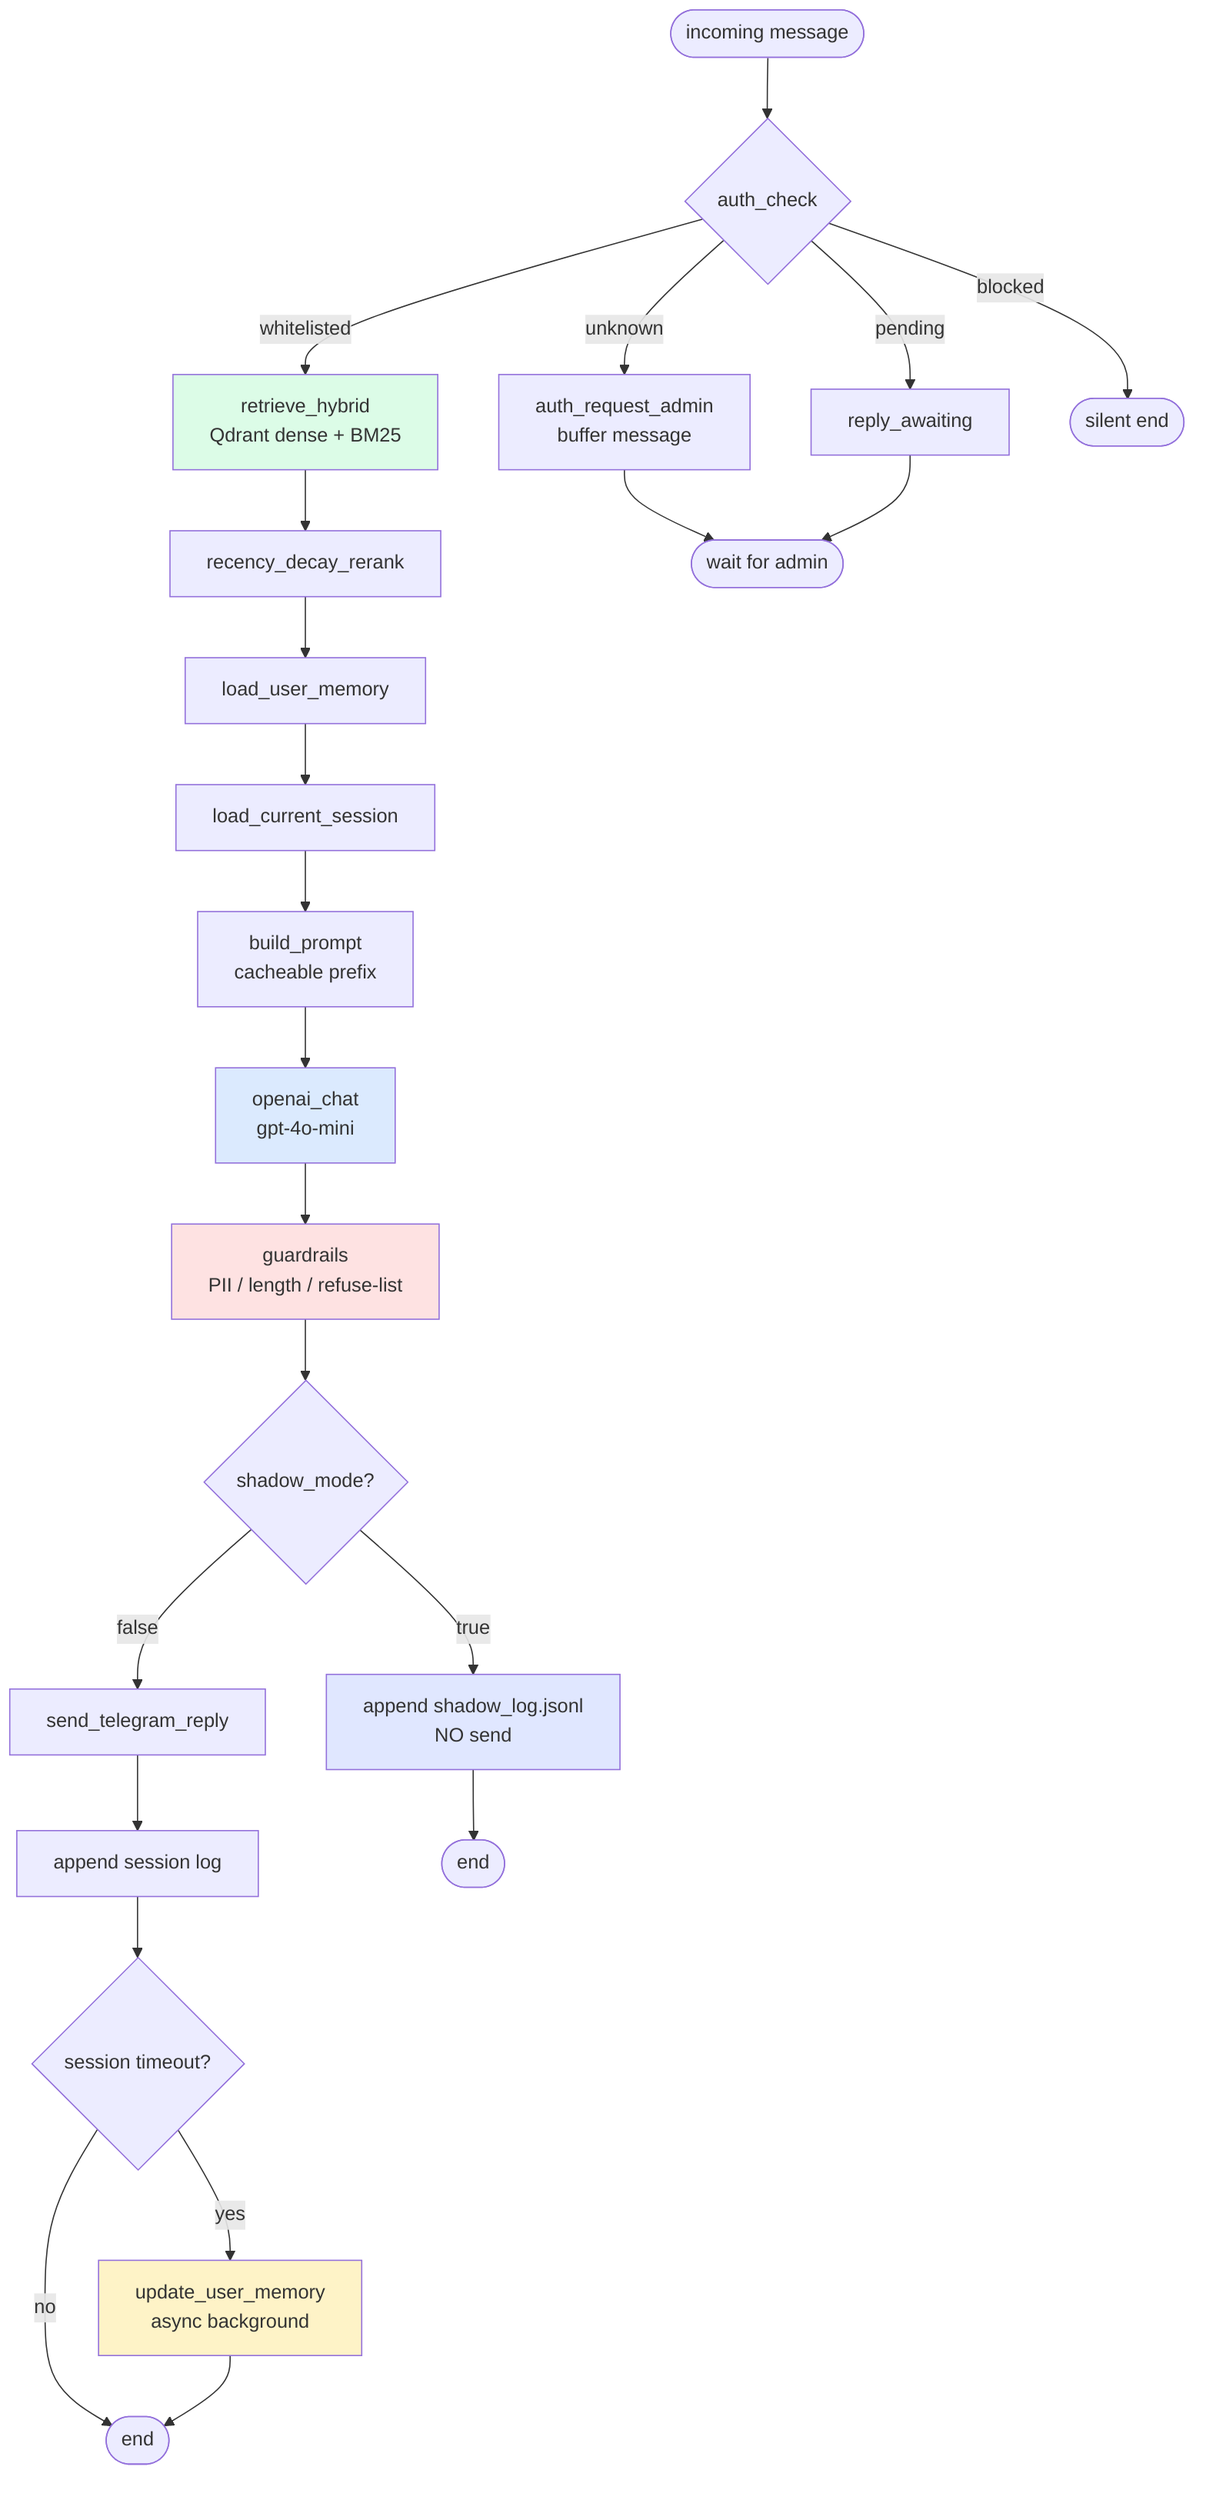
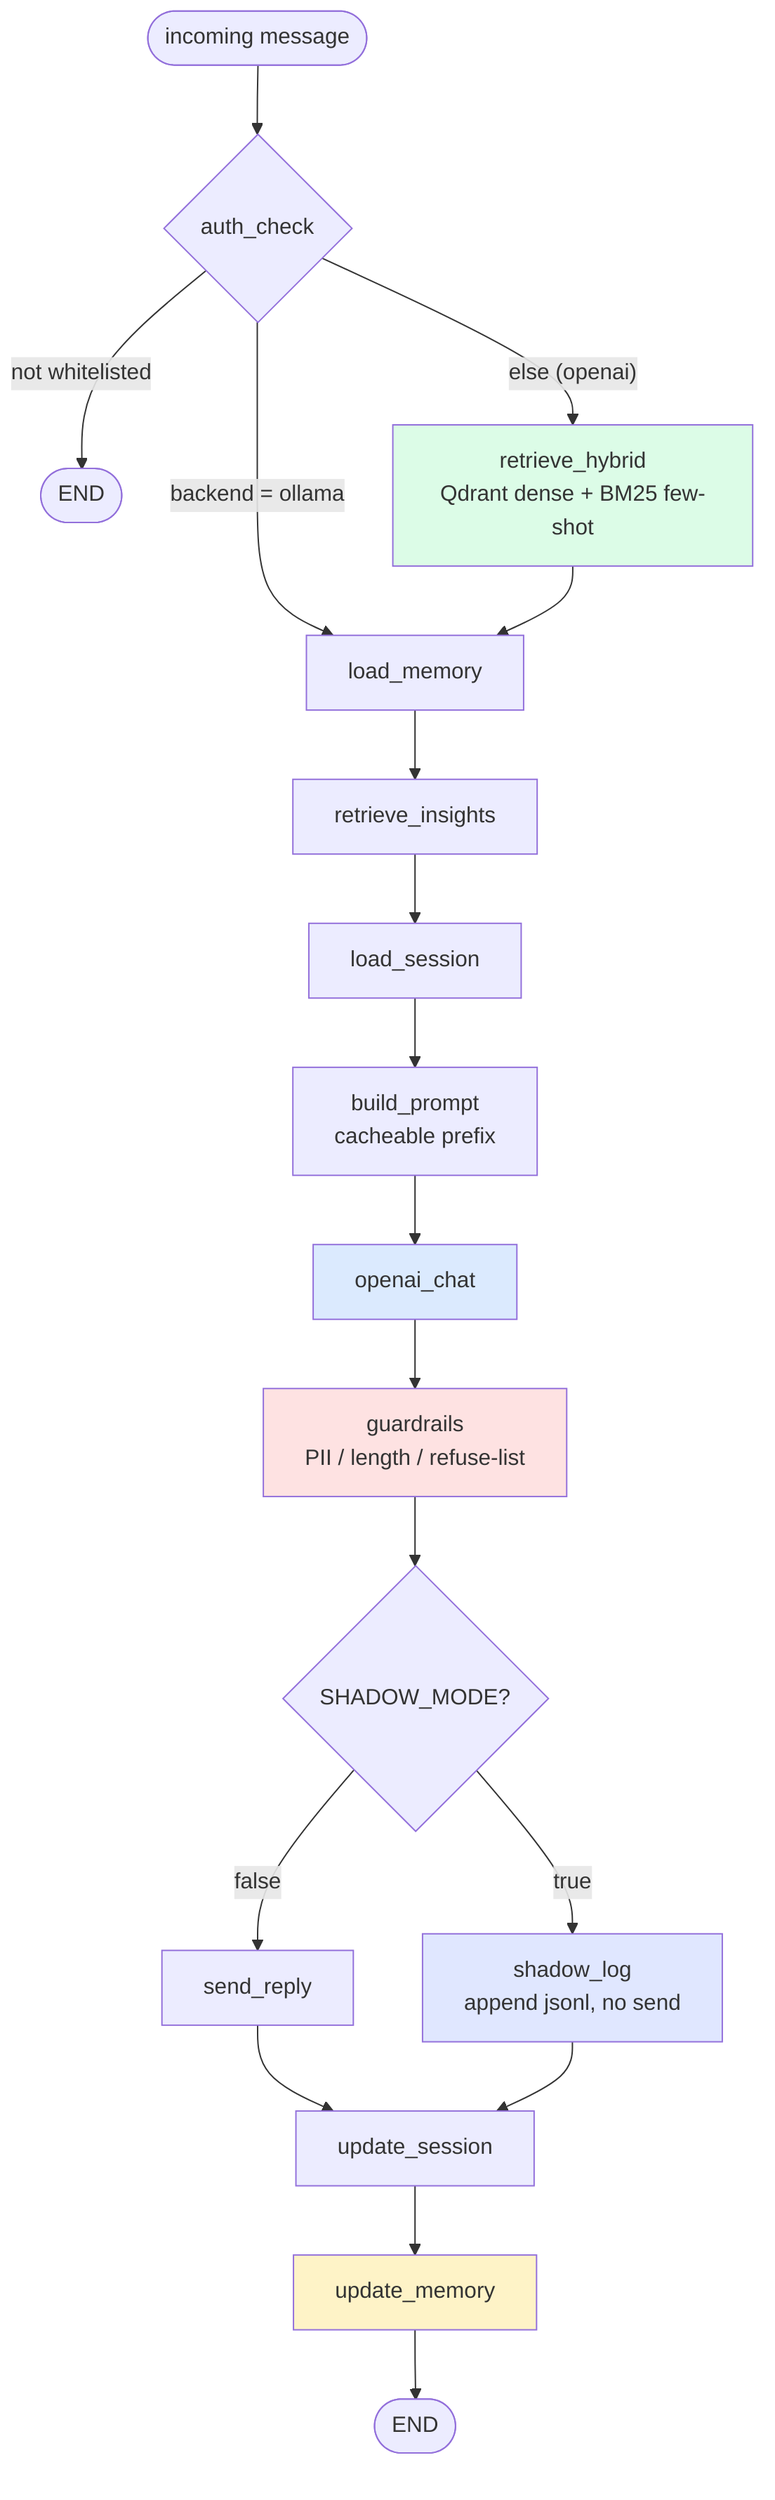
+ %% C4 Level 3 - Component: per-message request pipeline (persona_rag/graph/compile.py)
+ %% 12 nodes in compile order + 2 conditional branch points (_route_after_auth, _route_after_guardrails)
flowchart TD
    Start([incoming message]) --> AuthCheck{auth_check}

-     AuthCheck -- whitelisted --> RetrieveHybrid[retrieve_hybrid<br/>Qdrant dense + BM25]
-     AuthCheck -- unknown --> AuthRequest[auth_request_admin<br/>buffer message]
-     AuthCheck -- pending --> PendingReply[reply_awaiting]
-     AuthCheck -- blocked --> EndSilent([silent end])
+     %% _route_after_auth: unauthorized -> END; ollama -> load_memory (skip retrieve_hybrid); else -> retrieve_hybrid
+     AuthCheck -- "not whitelisted" --> EndUnauth([END])
+     AuthCheck -- "backend = ollama" --> LoadMem[load_memory]
+     AuthCheck -- "else (openai)" --> RetrieveHybrid[retrieve_hybrid<br/>Qdrant dense + BM25 few-shot]

-     RetrieveHybrid --> Rerank[recency_decay_rerank]
-     Rerank --> LoadMem[load_user_memory]
-     LoadMem --> LoadSession[load_current_session]
+     RetrieveHybrid --> LoadMem
+     LoadMem --> RetrieveInsights[retrieve_insights]
+     RetrieveInsights --> LoadSession[load_session]
    LoadSession --> BuildPrompt[build_prompt<br/>cacheable prefix]
-     BuildPrompt --> Generate[openai_chat<br/>gpt-4o-mini]
-     Generate --> Guard[guardrails<br/>PII / length / refuse-list]
+     BuildPrompt --> OpenAIChat[openai_chat]
+     OpenAIChat --> Guardrails[guardrails<br/>PII / length / refuse-list]

-     Guard --> ShadowFork{shadow_mode?}
-     ShadowFork -- true --> ShadowLog[append shadow_log.jsonl<br/>NO send]
-     ShadowFork -- false --> Send[send_telegram_reply]
+     %% _route_after_guardrails: SHADOW_MODE -> shadow_log; else -> send_reply
+     Guardrails --> ShadowFork{SHADOW_MODE?}
+     ShadowFork -- "true" --> ShadowLog[shadow_log<br/>append jsonl, no send]
+     ShadowFork -- "false" --> SendReply[send_reply]

-     Send --> AppendTurn[append session log]
-     ShadowLog --> EndShadow([end])
+     SendReply --> UpdateSession[update_session]
+     ShadowLog --> UpdateSession
+     UpdateSession --> UpdateMemory[update_memory]
+     UpdateMemory --> EndNormal([END])

-     AppendTurn --> CheckTimeout{session timeout?}
-     CheckTimeout -- yes --> UpdateMem[update_user_memory<br/>async background]
-     CheckTimeout -- no --> EndNormal([end])
-     UpdateMem --> EndNormal
- 
-     AuthRequest --> EndWait([wait for admin])
-     PendingReply --> EndWait
- 
-     style Generate fill:#dbeafe
-     style Guard fill:#fee2e2
+     style OpenAIChat fill:#dbeafe
+     style Guardrails fill:#fee2e2
    style ShadowLog fill:#e0e7ff
    style RetrieveHybrid fill:#dcfce7
-     style UpdateMem fill:#fef3c7
+     style UpdateMemory fill:#fef3c7
